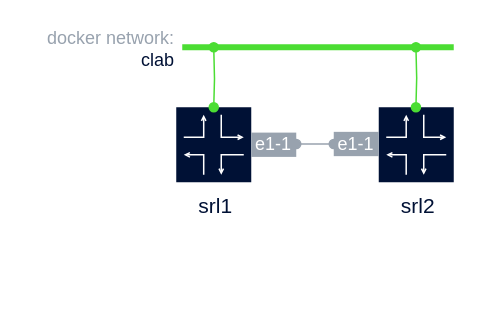
Before: page "[10] two SRLs" (11 of 11) of containerlab.drawio in srl-wim/containerlab-diagrams, a draw.io diagram. Source tidied: cells renumbered, new cells numbered last; positions are measured from the earlier drawing's top-left corner, leaving out a move shared by most shapes. Both pictures are drawn from the tidied source at 150%, with x=0, y=0 at pixel (26, 26).
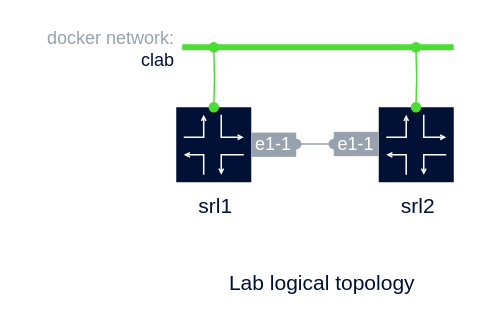
The same page after the edit.

Commit message:
added figure caption

The edit, as a diff of the source:
```diff
@@
+    <mxCell id="25" value="&lt;font color=&quot;#001135&quot;&gt;Lab logical topology&lt;/font&gt;" style="text;html=1;align=center;verticalAlign=middle;fontSize=14;fontFamily=Manrope;fontColor=#FFFFFF;fontStyle=0;" parent="1" vertex="1">
+      <mxGeometry x="127" y="161" width="140" height="20" as="geometry" />
+    </mxCell>
```
